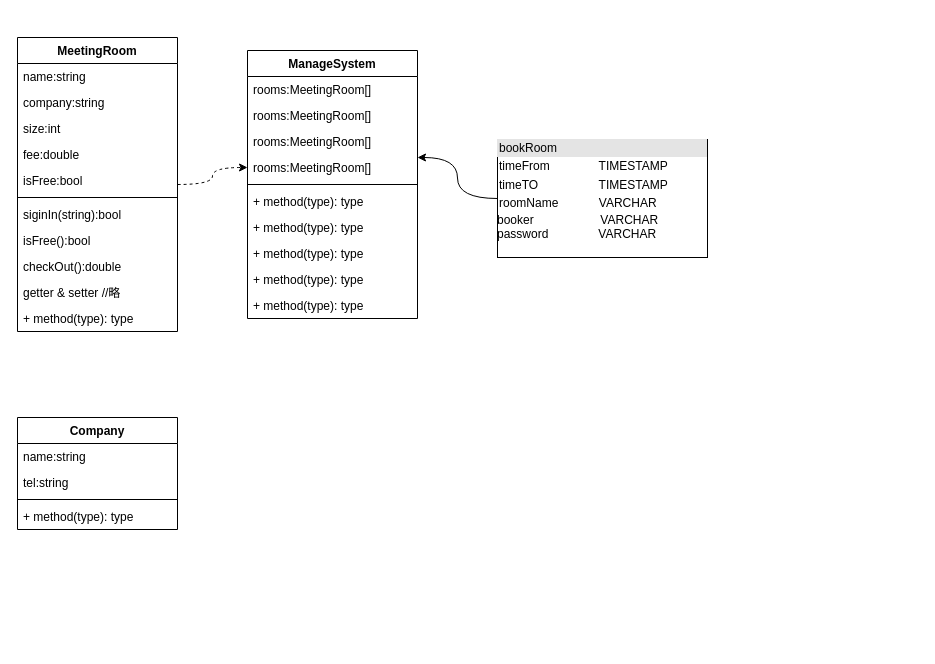
Before: 未命名表单.drawio in hehyuan/MyUniv, a draw.io diagram. Source tidied: cells renumbered, new cells numbered last; positions are measured from the earlier drawing's top-left corner, leaving out a move shared by most shapes. Both pictures are drawn from the tidied source at 100%, with x=0, y=0 at pixel (17, 37).
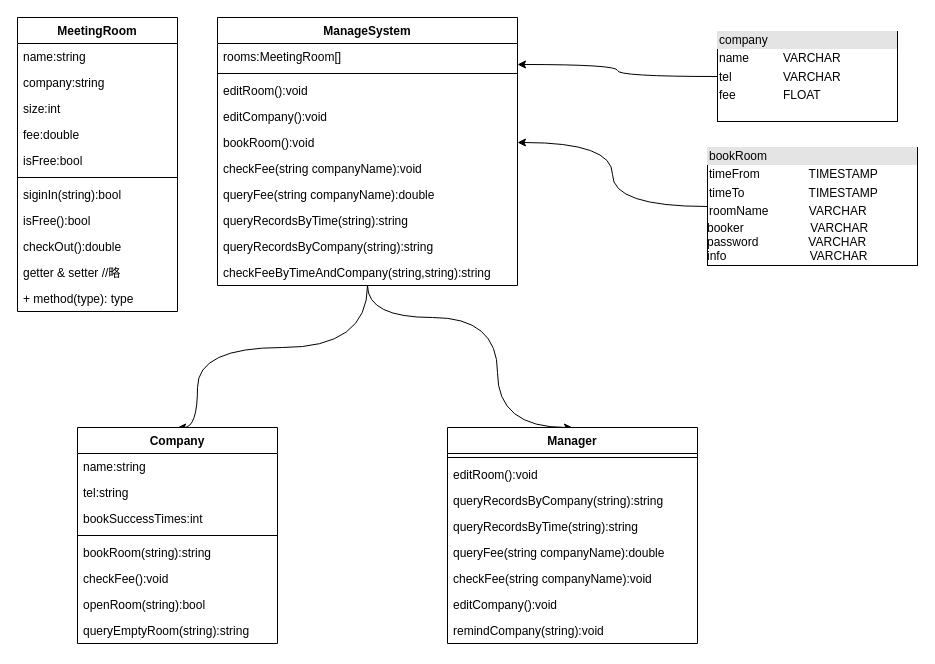
After the change.

Commit message:
Update 未命名表单.drawio

The edit, as a diff of the source:
```diff
@@
-    <mxCell id="2" style="edgeStyle=orthogonalEdgeStyle;curved=1;rounded=0;jettySize=auto;html=1;dashed=1;" parent="1" edge="1" source="3" target="19">
-      <mxGeometry relative="1" as="geometry" />
-    </mxCell>
     <mxCell id="3" value="MeetingRoom" style="swimlane;fontStyle=1;align=center;verticalAlign=top;horizontal=1;startSize=26;" parent="1" vertex="1">
-      <mxGeometry width="160" height="294" as="geometry" />
+      <mxGeometry y="-20" width="160" height="294" as="geometry" />
     </mxCell>
@@
+    <mxCell id="33" style="edgeStyle=orthogonalEdgeStyle;curved=1;rounded=0;jettySize=auto;html=1;entryX=0.5;entryY=0;entryDx=0;entryDy=0;" parent="1" edge="1" source="15" target="28">
+      <mxGeometry relative="1" as="geometry">
+        <Array as="points">
+          <mxPoint x="350" y="310" />
+          <mxPoint x="180" y="310" />
+        </Array>
+      </mxGeometry>
+    </mxCell>
+    <mxCell id="34" style="edgeStyle=orthogonalEdgeStyle;curved=1;rounded=0;jettySize=auto;html=1;entryX=0.5;entryY=0;entryDx=0;entryDy=0;" parent="1" edge="1" source="15" target="49">
+      <mxGeometry relative="1" as="geometry">
+        <Array as="points">
+          <mxPoint x="350" y="280" />
+          <mxPoint x="480" y="280" />
+          <mxPoint x="480" y="390" />
+        </Array>
+      </mxGeometry>
+    </mxCell>
     <mxCell id="15" value="ManageSystem" style="swimlane;fontStyle=1;align=center;verticalAlign=top;horizontal=1;startSize=26;" parent="1" vertex="1">
-      <mxGeometry x="230" y="13" width="170" height="268" as="geometry" />
+      <mxGeometry x="200" y="-20" width="300" height="268" as="geometry" />
     </mxCell>
     <mxCell id="16" value="rooms:MeetingRoom[]" style="text;strokeColor=none;fillColor=none;align=left;verticalAlign=top;spacingLeft=4;spacingRight=4;overflow=hidden;points=[[0,0.5],[1,0.5]];portConstraint=eastwest;" parent="15" vertex="1">
-      <mxGeometry y="26" width="170" height="26" as="geometry" />
+      <mxGeometry y="26" width="300" height="26" as="geometry" />
     </mxCell>
-    <mxCell id="17" value="rooms:MeetingRoom[]" style="text;strokeColor=none;fillColor=none;align=left;verticalAlign=top;spacingLeft=4;spacingRight=4;overflow=hidden;" parent="15" vertex="1">
-      <mxGeometry y="52" width="170" height="26" as="geometry" />
-    </mxCell>
-    <mxCell id="18" value="rooms:MeetingRoom[]" style="text;strokeColor=none;fillColor=none;align=left;verticalAlign=top;spacingLeft=4;spacingRight=4;overflow=hidden;" parent="15" vertex="1">
-      <mxGeometry y="78" width="170" height="26" as="geometry" />
-    </mxCell>
-    <mxCell id="19" value="rooms:MeetingRoom[]" style="text;strokeColor=none;fillColor=none;align=left;verticalAlign=top;spacingLeft=4;spacingRight=4;overflow=hidden;points=[[0,0.5],[1,0.5]];portConstraint=eastwest;" parent="15" vertex="1">
-      <mxGeometry y="104" width="170" height="26" as="geometry" />
-    </mxCell>
     <mxCell id="20" style="line;strokeWidth=1;fillColor=none;align=left;verticalAlign=middle;spacingTop=-1;spacingLeft=3;spacingRight=3;labelPosition=right;" parent="15" vertex="1">
-      <mxGeometry y="130" width="170" height="8" as="geometry" />
+      <mxGeometry y="52" width="300" height="8" as="geometry" />
     </mxCell>
-    <mxCell id="21" value="+ method(type): type" style="text;strokeColor=none;fillColor=none;align=left;verticalAlign=top;spacingLeft=4;spacingRight=4;overflow=hidden;" parent="15" vertex="1">
-      <mxGeometry y="138" width="170" height="26" as="geometry" />
-    </mxCell>
-    <mxCell id="22" value="+ method(type): type" style="text;strokeColor=none;fillColor=none;align=left;verticalAlign=top;spacingLeft=4;spacingRight=4;overflow=hidden;" parent="15" vertex="1">
-      <mxGeometry y="164" width="170" height="26" as="geometry" />
-    </mxCell>
-    <mxCell id="23" value="+ method(type): type" style="text;strokeColor=none;fillColor=none;align=left;verticalAlign=top;spacingLeft=4;spacingRight=4;overflow=hidden;" parent="15" vertex="1">
-      <mxGeometry y="190" width="170" height="26" as="geometry" />
-    </mxCell>
-    <mxCell id="24" value="+ method(type): type" style="text;strokeColor=none;fillColor=none;align=left;verticalAlign=top;spacingLeft=4;spacingRight=4;overflow=hidden;" parent="15" vertex="1">
-      <mxGeometry y="216" width="170" height="26" as="geometry" />
-    </mxCell>
-    <mxCell id="25" value="+ method(type): type" style="text;strokeColor=none;fillColor=none;align=left;verticalAlign=top;spacingLeft=4;spacingRight=4;overflow=hidden;" parent="15" vertex="1">
-      <mxGeometry y="242" width="170" height="26" as="geometry" />
+    <mxCell id="25" value="editRoom():void" style="text;strokeColor=none;fillColor=none;align=left;verticalAlign=top;spacingLeft=4;spacingRight=4;overflow=hidden;" parent="15" vertex="1">
+      <mxGeometry y="60" width="300" height="26" as="geometry" />
     </mxCell>
-    <mxCell id="26" style="edgeStyle=orthogonalEdgeStyle;curved=1;rounded=0;jettySize=auto;html=1;entryX=1;entryY=0.115;entryDx=0;entryDy=0;entryPerimeter=0;" parent="1" edge="1" source="27" target="19">
-      <mxGeometry relative="1" as="geometry" />
-    </mxCell>
+    <mxCell id="35" value="editCompany():void" style="text;strokeColor=none;fillColor=none;align=left;verticalAlign=top;spacingLeft=4;spacingRight=4;overflow=hidden;" parent="15" vertex="1">
+      <mxGeometry y="86" width="300" height="26" as="geometry" />
+    </mxCell>
+    <mxCell id="36" value="bookRoom():void" style="text;strokeColor=none;fillColor=none;align=left;verticalAlign=top;spacingLeft=4;spacingRight=4;overflow=hidden;points=[[0,0.5],[1,0.5]];portConstraint=eastwest;" parent="15" vertex="1">
+      <mxGeometry y="112" width="300" height="26" as="geometry" />
+    </mxCell>
+    <mxCell id="37" value="checkFee(string companyName):void" style="text;strokeColor=none;fillColor=none;align=left;verticalAlign=top;spacingLeft=4;spacingRight=4;overflow=hidden;" parent="15" vertex="1">
+      <mxGeometry y="138" width="300" height="26" as="geometry" />
+    </mxCell>
+    <mxCell id="38" value="queryFee(string companyName):double" style="text;strokeColor=none;fillColor=none;align=left;verticalAlign=top;spacingLeft=4;spacingRight=4;overflow=hidden;" parent="15" vertex="1">
+      <mxGeometry y="164" width="300" height="26" as="geometry" />
+    </mxCell>
+    <mxCell id="39" value="queryRecordsByTime(string):string" style="text;strokeColor=none;fillColor=none;align=left;verticalAlign=top;spacingLeft=4;spacingRight=4;overflow=hidden;" parent="15" vertex="1">
+      <mxGeometry y="190" width="300" height="26" as="geometry" />
+    </mxCell>
+    <mxCell id="40" value="queryRecordsByCompany(string):string" style="text;strokeColor=none;fillColor=none;align=left;verticalAlign=top;spacingLeft=4;spacingRight=4;overflow=hidden;" parent="15" vertex="1">
+      <mxGeometry y="216" width="300" height="26" as="geometry" />
+    </mxCell>
+    <mxCell id="41" value="checkFeeByTimeAndCompany(string,string):string" style="text;strokeColor=none;fillColor=none;align=left;verticalAlign=top;spacingLeft=4;spacingRight=4;overflow=hidden;" parent="15" vertex="1">
+      <mxGeometry y="242" width="300" height="26" as="geometry" />
+    </mxCell>
+    <mxCell id="42" style="edgeStyle=orthogonalEdgeStyle;curved=1;rounded=0;jettySize=auto;html=1;entryX=1;entryY=0.5;entryDx=0;entryDy=0;" parent="1" edge="1" source="27" target="36">
+      <mxGeometry relative="1" as="geometry" />
+    </mxCell>
-    <mxCell id="27" value="&lt;div style=&quot;box-sizing: border-box ; width: 100% ; background: #e4e4e4 ; padding: 2px&quot;&gt;bookRoom&lt;/div&gt;&lt;table style=&quot;width: 100% ; font-size: 1em&quot; cellpadding=&quot;2&quot; cellspacing=&quot;0&quot;&gt;&lt;tbody&gt;&lt;tr&gt;&lt;td&gt;timeFrom&lt;/td&gt;&lt;td&gt;&amp;nbsp; TIMESTAMP&lt;/td&gt;&lt;/tr&gt;&lt;tr&gt;&lt;td&gt;timeTO&lt;/td&gt;&lt;td&gt;&amp;nbsp; TIMESTAMP&lt;/td&gt;&lt;/tr&gt;&lt;tr&gt;&lt;td&gt;roomName&lt;/td&gt;&lt;td&gt;&amp;nbsp; VARCHAR&lt;/td&gt;&lt;/tr&gt;&lt;/tbody&gt;&lt;/table&gt;booker&amp;nbsp; &amp;nbsp; &amp;nbsp; &amp;nbsp; &amp;nbsp; &amp;nbsp; &amp;nbsp; &amp;nbsp; &amp;nbsp; &amp;nbsp; VARCHAR&lt;br&gt;password&amp;nbsp; &amp;nbsp; &amp;nbsp; &amp;nbsp; &amp;nbsp; &amp;nbsp; &amp;nbsp; &amp;nbsp;VARCHAR" style="verticalAlign=top;align=left;overflow=fill;html=1;" parent="1" vertex="1">
-      <mxGeometry x="480" y="102" width="210" height="118" as="geometry" />
+    <mxCell id="27" value="&lt;div style=&quot;box-sizing: border-box ; width: 100% ; background: #e4e4e4 ; padding: 2px&quot;&gt;bookRoom&lt;/div&gt;&lt;table style=&quot;width: 100% ; font-size: 1em&quot; cellpadding=&quot;2&quot; cellspacing=&quot;0&quot;&gt;&lt;tbody&gt;&lt;tr&gt;&lt;td&gt;timeFrom&lt;/td&gt;&lt;td&gt;&amp;nbsp; TIMESTAMP&lt;/td&gt;&lt;/tr&gt;&lt;tr&gt;&lt;td&gt;timeTo&lt;/td&gt;&lt;td&gt;&amp;nbsp; TIMESTAMP&lt;/td&gt;&lt;/tr&gt;&lt;tr&gt;&lt;td&gt;roomName&lt;/td&gt;&lt;td&gt;&amp;nbsp; VARCHAR&lt;/td&gt;&lt;/tr&gt;&lt;/tbody&gt;&lt;/table&gt;booker&amp;nbsp; &amp;nbsp; &amp;nbsp; &amp;nbsp; &amp;nbsp; &amp;nbsp; &amp;nbsp; &amp;nbsp; &amp;nbsp; &amp;nbsp; VARCHAR&lt;br&gt;password&amp;nbsp; &amp;nbsp; &amp;nbsp; &amp;nbsp; &amp;nbsp; &amp;nbsp; &amp;nbsp; &amp;nbsp;VARCHAR&lt;br&gt;info&amp;nbsp; &amp;nbsp; &amp;nbsp; &amp;nbsp; &amp;nbsp; &amp;nbsp; &amp;nbsp; &amp;nbsp; &amp;nbsp; &amp;nbsp; &amp;nbsp; &amp;nbsp; &amp;nbsp;VARCHAR" style="verticalAlign=top;align=left;overflow=fill;html=1;" parent="1" vertex="1">
+      <mxGeometry x="690" y="110" width="210" height="118" as="geometry" />
     </mxCell>
     <mxCell id="28" value="Company" style="swimlane;fontStyle=1;align=center;verticalAlign=top;horizontal=1;startSize=26;" parent="1" vertex="1">
-      <mxGeometry y="380" width="160" height="112" as="geometry" />
+      <mxGeometry x="60" y="390" width="200" height="216" as="geometry" />
     </mxCell>
     <mxCell id="29" value="name:string" style="text;strokeColor=none;fillColor=none;align=left;verticalAlign=top;spacingLeft=4;spacingRight=4;overflow=hidden;" parent="28" vertex="1">
-      <mxGeometry y="26" width="160" height="26" as="geometry" />
+      <mxGeometry y="26" width="200" height="26" as="geometry" />
     </mxCell>
     <mxCell id="30" value="tel:string" style="text;strokeColor=none;fillColor=none;align=left;verticalAlign=top;spacingLeft=4;spacingRight=4;overflow=hidden;" parent="28" vertex="1">
-      <mxGeometry y="52" width="160" height="26" as="geometry" />
+      <mxGeometry y="52" width="200" height="26" as="geometry" />
     </mxCell>
+    <mxCell id="43" value="bookSuccessTimes:int" style="text;strokeColor=none;fillColor=none;align=left;verticalAlign=top;spacingLeft=4;spacingRight=4;overflow=hidden;" parent="28" vertex="1">
+      <mxGeometry y="78" width="200" height="26" as="geometry" />
+    </mxCell>
     <mxCell id="31" style="line;strokeWidth=1;fillColor=none;align=left;verticalAlign=middle;spacingTop=-1;spacingLeft=3;spacingRight=3;labelPosition=right;" parent="28" vertex="1">
-      <mxGeometry y="78" width="160" height="8" as="geometry" />
+      <mxGeometry y="104" width="200" height="8" as="geometry" />
     </mxCell>
-    <mxCell id="32" value="+ method(type): type" style="text;strokeColor=none;fillColor=none;align=left;verticalAlign=top;spacingLeft=4;spacingRight=4;overflow=hidden;" parent="28" vertex="1">
-      <mxGeometry y="86" width="160" height="26" as="geometry" />
+    <mxCell id="32" value="bookRoom(string):string" style="text;strokeColor=none;fillColor=none;align=left;verticalAlign=top;spacingLeft=4;spacingRight=4;overflow=hidden;" parent="28" vertex="1">
+      <mxGeometry y="112" width="200" height="26" as="geometry" />
     </mxCell>
+    <mxCell id="44" value="checkFee():void" style="text;strokeColor=none;fillColor=none;align=left;verticalAlign=top;spacingLeft=4;spacingRight=4;overflow=hidden;" parent="28" vertex="1">
+      <mxGeometry y="138" width="200" height="26" as="geometry" />
+    </mxCell>
+    <mxCell id="45" value="openRoom(string):bool" style="text;strokeColor=none;fillColor=none;align=left;verticalAlign=top;spacingLeft=4;spacingRight=4;overflow=hidden;" parent="28" vertex="1">
+      <mxGeometry y="164" width="200" height="26" as="geometry" />
+    </mxCell>
+    <mxCell id="46" value="queryEmptyRoom(string):string" style="text;strokeColor=none;fillColor=none;align=left;verticalAlign=top;spacingLeft=4;spacingRight=4;overflow=hidden;" parent="28" vertex="1">
+      <mxGeometry y="190" width="200" height="26" as="geometry" />
+    </mxCell>
+    <mxCell id="47" style="edgeStyle=orthogonalEdgeStyle;rounded=0;jettySize=auto;html=1;entryX=1;entryY=0.808;entryDx=0;entryDy=0;entryPerimeter=0;elbow=vertical;curved=1;" parent="1" edge="1" source="48" target="16">
+      <mxGeometry relative="1" as="geometry" />
+    </mxCell>
+    <mxCell id="48" value="&lt;div style=&quot;box-sizing: border-box ; width: 100% ; background: #e4e4e4 ; padding: 2px&quot;&gt;company&lt;/div&gt;&lt;table style=&quot;width: 100% ; font-size: 1em&quot; cellpadding=&quot;2&quot; cellspacing=&quot;0&quot;&gt;&lt;tbody&gt;&lt;tr&gt;&lt;td&gt;name&lt;/td&gt;&lt;td&gt;VARCHAR&lt;/td&gt;&lt;/tr&gt;&lt;tr&gt;&lt;td&gt;tel&lt;/td&gt;&lt;td&gt;VARCHAR&lt;/td&gt;&lt;/tr&gt;&lt;tr&gt;&lt;td&gt;fee&lt;/td&gt;&lt;td&gt;FLOAT&lt;/td&gt;&lt;/tr&gt;&lt;/tbody&gt;&lt;/table&gt;" style="verticalAlign=top;align=left;overflow=fill;html=1;" parent="1" vertex="1">
+      <mxGeometry x="700" y="-6" width="180" height="90" as="geometry" />
+    </mxCell>
+    <mxCell id="49" value="Manager" style="swimlane;fontStyle=1;align=center;verticalAlign=top;horizontal=1;startSize=26;" parent="1" vertex="1">
+      <mxGeometry x="430" y="390" width="250" height="216" as="geometry" />
+    </mxCell>
+    <mxCell id="50" style="line;strokeWidth=1;fillColor=none;align=left;verticalAlign=middle;spacingTop=-1;spacingLeft=3;spacingRight=3;labelPosition=right;" parent="49" vertex="1">
+      <mxGeometry y="26" width="250" height="8" as="geometry" />
+    </mxCell>
+    <mxCell id="51" value="editRoom():void" style="text;strokeColor=none;fillColor=none;align=left;verticalAlign=top;spacingLeft=4;spacingRight=4;overflow=hidden;" parent="49" vertex="1">
+      <mxGeometry y="34" width="250" height="26" as="geometry" />
+    </mxCell>
+    <mxCell id="52" value="queryRecordsByCompany(string):string" style="text;strokeColor=none;fillColor=none;align=left;verticalAlign=top;spacingLeft=4;spacingRight=4;overflow=hidden;" parent="49" vertex="1">
+      <mxGeometry y="60" width="250" height="26" as="geometry" />
+    </mxCell>
+    <mxCell id="53" value="queryRecordsByTime(string):string" style="text;strokeColor=none;fillColor=none;align=left;verticalAlign=top;spacingLeft=4;spacingRight=4;overflow=hidden;" parent="49" vertex="1">
+      <mxGeometry y="86" width="250" height="26" as="geometry" />
+    </mxCell>
+    <mxCell id="54" value="queryFee(string companyName):double" style="text;strokeColor=none;fillColor=none;align=left;verticalAlign=top;spacingLeft=4;spacingRight=4;overflow=hidden;" parent="49" vertex="1">
+      <mxGeometry y="112" width="250" height="26" as="geometry" />
+    </mxCell>
+    <mxCell id="55" value="checkFee(string companyName):void" style="text;strokeColor=none;fillColor=none;align=left;verticalAlign=top;spacingLeft=4;spacingRight=4;overflow=hidden;" parent="49" vertex="1">
+      <mxGeometry y="138" width="250" height="26" as="geometry" />
+    </mxCell>
+    <mxCell id="56" value="editCompany():void" style="text;strokeColor=none;fillColor=none;align=left;verticalAlign=top;spacingLeft=4;spacingRight=4;overflow=hidden;" parent="49" vertex="1">
+      <mxGeometry y="164" width="250" height="26" as="geometry" />
+    </mxCell>
+    <mxCell id="57" value="remindCompany(string):void" style="text;strokeColor=none;fillColor=none;align=left;verticalAlign=top;spacingLeft=4;spacingRight=4;overflow=hidden;" parent="49" vertex="1">
+      <mxGeometry y="190" width="250" height="26" as="geometry" />
+    </mxCell>
```
